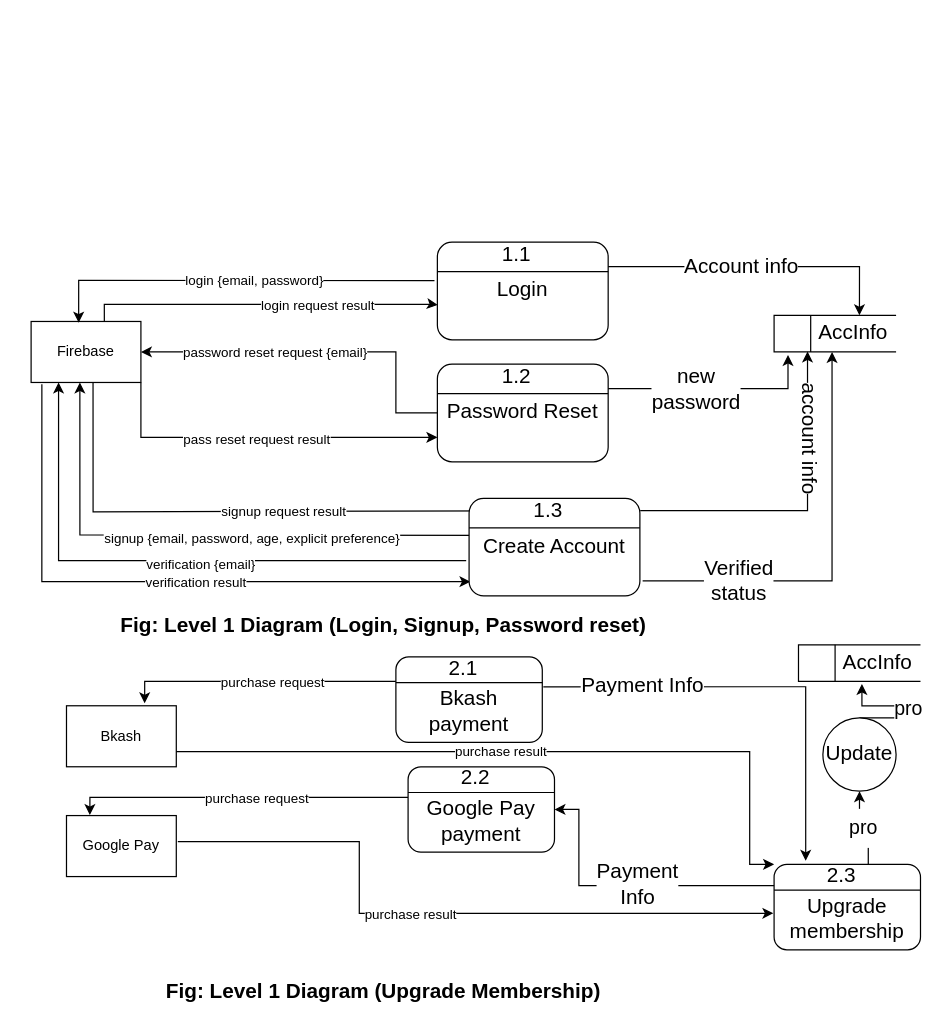
The draw.io diagram page "Page-2" (2 of 2) of System Analysis/PocketKaraoke Data Flow Diagram.drawio in FuSan21/PocketKaraoke, before the edit. Source tidied: cells renumbered, new cells numbered last; positions are measured from the earlier drawing's top-left corner, leaving out a move shared by most shapes. Both pictures are drawn from the tidied source at 122%, with x=0, y=0 at pixel (30, 242).
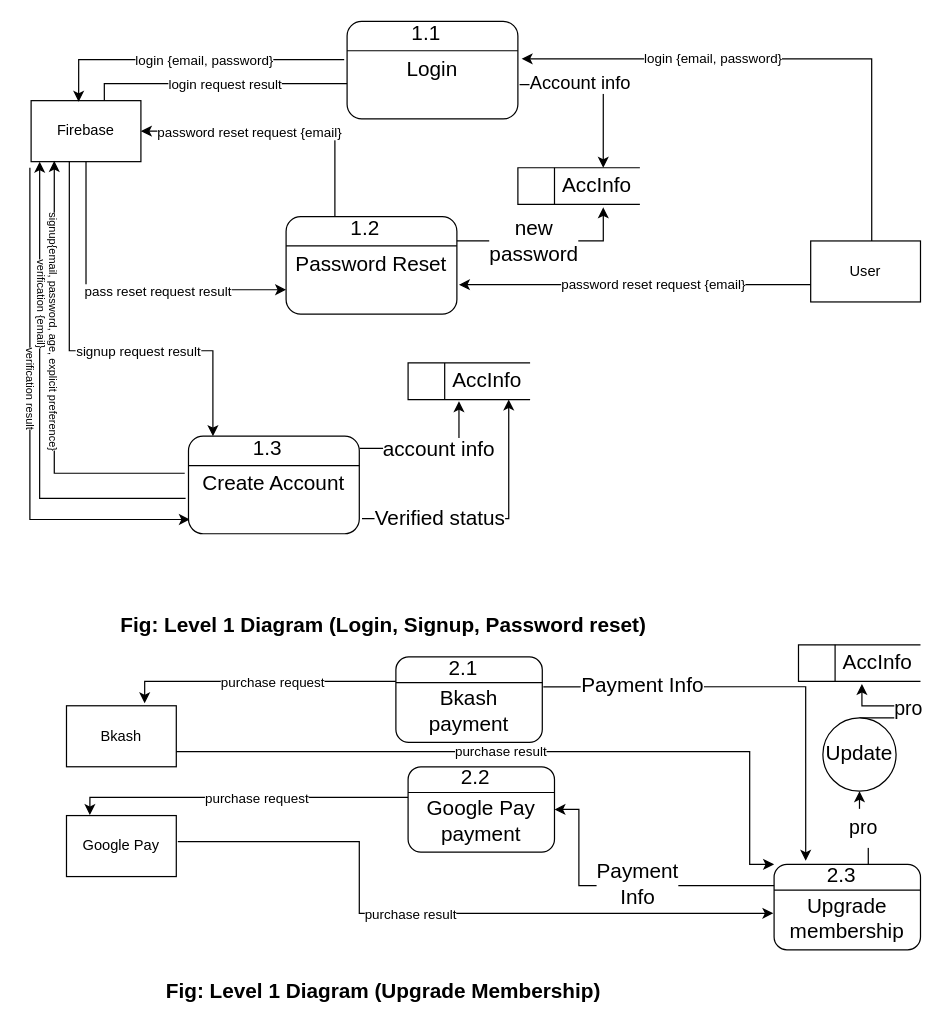
After the change.

The change refers to these unchanged cells:
```xml
<mxCell id="22" value="Password Reset" style="rounded=1;whiteSpace=wrap;html=1;fontSize=17;" parent="21" vertex="1">
  <mxGeometry width="140" height="80" as="geometry" />
</mxCell>
<mxCell id="23" value="1.2" style="text;html=1;strokeColor=none;fillColor=none;align=center;verticalAlign=middle;whiteSpace=wrap;rounded=0;fontSize=17;" parent="21" vertex="1">
  <mxGeometry x="40" width="50" height="22.9" as="geometry" />
</mxCell>
<mxCell id="27" value="Login" style="rounded=1;whiteSpace=wrap;html=1;fontSize=17;" parent="26" vertex="1">
  <mxGeometry width="140" height="80" as="geometry" />
</mxCell>
<mxCell id="31" style="html=1;dashed=0;whitespace=wrap;shape=mxgraph.dfd.dataStoreID;align=left;spacingLeft=3;points=[[0,0],[0.5,0],[1,0],[0,0.5],[1,0.5],[0,1],[0.5,1],[1,1]];fontSize=17;" parent="30" vertex="1">
  <mxGeometry width="100" height="30" as="geometry" />
</mxCell>
<mxCell id="32" value="AccInfo" style="text;html=1;strokeColor=none;fillColor=none;align=center;verticalAlign=middle;whiteSpace=wrap;rounded=0;fontSize=17;" parent="30" vertex="1">
  <mxGeometry x="30" width="70" height="30" as="geometry" />
</mxCell>
<mxCell id="35" value="Create Account" style="rounded=1;whiteSpace=wrap;html=1;fontSize=17;" parent="34" vertex="1">
  <mxGeometry width="140" height="80" as="geometry" />
</mxCell>
```

Change to the diagram source:
```diff
@@
-    <mxCell id="2" style="edgeStyle=orthogonalEdgeStyle;rounded=0;jettySize=auto;html=1;exitX=0;exitY=0.5;exitDx=0;exitDy=0;entryX=1;entryY=0.5;entryDx=0;entryDy=0;" parent="1" edge="1" source="22" target="4">
+    <mxCell id="2" style="edgeStyle=orthogonalEdgeStyle;rounded=0;jettySize=auto;html=1;exitX=0;exitY=0;exitDx=0;exitDy=0;entryX=1;entryY=0.5;entryDx=0;entryDy=0;" parent="1" edge="1" source="23" target="4">
       <mxGeometry relative="1" as="geometry">
         <Array as="points">
-          <mxPoint x="299" y="140" />
-          <mxPoint x="299" y="90" />
+          <mxPoint x="249" y="-91" />
         </Array>
       </mxGeometry>
     </mxCell>
@@
     <mxCell id="4" value="Firebase" style="rounded=0;whiteSpace=wrap;html=1;" parent="1" vertex="1">
-      <mxGeometry y="65" width="90" height="50" as="geometry" />
+      <mxGeometry y="-116" width="90" height="50" as="geometry" />
     </mxCell>
-    <mxCell id="5" style="edgeStyle=orthogonalEdgeStyle;rounded=0;jettySize=auto;html=1;entryX=0;entryY=0.75;entryDx=0;entryDy=0;exitX=1;exitY=1;exitDx=0;exitDy=0;" parent="1" edge="1" source="4" target="22">
+    <mxCell id="5" style="edgeStyle=orthogonalEdgeStyle;rounded=0;jettySize=auto;html=1;entryX=0;entryY=0.75;entryDx=0;entryDy=0;exitX=0.5;exitY=1;exitDx=0;exitDy=0;" parent="1" edge="1" source="4" target="22">
       <mxGeometry relative="1" as="geometry" />
     </mxCell>
     <mxCell id="6" value="pass reset request result" style="edgeLabel;html=1;align=center;verticalAlign=middle;" parent="5" vertex="1">
       <mxGeometry x="-0.19" y="-1" relative="1" as="geometry">
-        <mxPoint x="22" as="offset" />
+        <mxPoint x="54" as="offset" />
       </mxGeometry>
     </mxCell>
@@
     <mxCell id="9" style="edgeStyle=orthogonalEdgeStyle;rounded=0;jettySize=auto;html=1;exitX=0.667;exitY=0;exitDx=0;exitDy=0;entryX=0.003;entryY=0.643;entryDx=0;entryDy=0;exitPerimeter=0;entryPerimeter=0;" parent="1" edge="1" source="4" target="27">
       <mxGeometry relative="1" as="geometry">
         <Array as="points">
-          <mxPoint x="60" y="51" />
-          <mxPoint x="330" y="51" />
+          <mxPoint x="60" y="-130" />
+          <mxPoint x="330" y="-130" />
         </Array>
       </mxGeometry>
     </mxCell>
     <mxCell id="10" value="login request result" style="edgeLabel;html=1;align=center;verticalAlign=middle;" parent="9" vertex="1">
       <mxGeometry x="-0.02" relative="1" as="geometry">
-        <mxPoint x="48" as="offset" />
+        <mxPoint x="-61" as="offset" />
       </mxGeometry>
     </mxCell>
-    <mxCell id="11" style="edgeStyle=orthogonalEdgeStyle;rounded=0;jettySize=auto;html=1;entryX=0.444;entryY=1;entryDx=0;entryDy=0;entryPerimeter=0;exitX=-0.022;exitY=0.38;exitDx=0;exitDy=0;exitPerimeter=0;" parent="1" edge="1" source="35" target="4">
+    <mxCell id="11" style="edgeStyle=orthogonalEdgeStyle;rounded=0;jettySize=auto;html=1;entryX=0.211;entryY=0.987;entryDx=0;entryDy=0;entryPerimeter=0;exitX=-0.022;exitY=0.38;exitDx=0;exitDy=0;exitPerimeter=0;" parent="1" edge="1" source="35" target="4">
       <mxGeometry relative="1" as="geometry">
         <Array as="points">
-          <mxPoint x="379" y="240" />
-          <mxPoint x="40" y="240" />
+          <mxPoint x="19" y="189" />
         </Array>
       </mxGeometry>
     </mxCell>
-    <mxCell id="12" value="signup {email, password, age, explicit preference}" style="edgeLabel;html=1;align=center;verticalAlign=middle;" parent="11" vertex="1">
-      <mxGeometry x="-0.09" y="2" relative="1" as="geometry" />
+    <mxCell id="12" value="&lt;font style=&quot;font-size: 9px&quot;&gt;signup{email, password, age, explicit preference}&lt;/font&gt;" style="edgeLabel;html=1;align=center;verticalAlign=middle;rotation=90;" parent="11" vertex="1">
+      <mxGeometry x="-0.09" y="2" relative="1" as="geometry">
+        <mxPoint x="3" y="-58" as="offset" />
+      </mxGeometry>
     </mxCell>
-    <mxCell id="13" style="edgeStyle=orthogonalEdgeStyle;rounded=0;jettySize=auto;html=1;exitX=0.564;exitY=0.992;exitDx=0;exitDy=0;exitPerimeter=0;" parent="1" edge="1" source="4">
+    <mxCell id="13" style="edgeStyle=orthogonalEdgeStyle;rounded=0;jettySize=auto;html=1;exitX=0.348;exitY=0.994;exitDx=0;exitDy=0;exitPerimeter=0;entryX=0.143;entryY=0;entryDx=0;entryDy=0;entryPerimeter=0;" parent="1" edge="1" source="4" target="35">
       <mxGeometry relative="1" as="geometry">
-        <mxPoint x="479" y="220" as="targetPoint" />
         <Array as="points">
-          <mxPoint x="51" y="221" />
+          <mxPoint x="31" y="89" />
+          <mxPoint x="149" y="89" />
         </Array>
       </mxGeometry>
     </mxCell>
     <mxCell id="14" value="signup request result" style="edgeLabel;html=1;align=center;verticalAlign=middle;" parent="13" vertex="1">
-      <mxGeometry x="-0.02" relative="1" as="geometry" />
+      <mxGeometry x="-0.02" relative="1" as="geometry">
+        <mxPoint x="44" as="offset" />
+      </mxGeometry>
     </mxCell>
-    <mxCell id="15" style="edgeStyle=orthogonalEdgeStyle;rounded=0;jettySize=auto;html=1;exitX=-0.017;exitY=0.638;exitDx=0;exitDy=0;entryX=0.25;entryY=1;entryDx=0;entryDy=0;exitPerimeter=0;" parent="1" edge="1" source="35" target="4">
+    <mxCell id="15" style="edgeStyle=orthogonalEdgeStyle;rounded=0;jettySize=auto;html=1;exitX=-0.017;exitY=0.638;exitDx=0;exitDy=0;entryX=0.078;entryY=1;entryDx=0;entryDy=0;exitPerimeter=0;entryPerimeter=0;" parent="1" edge="1" source="35" target="4">
       <mxGeometry relative="1" as="geometry" />
     </mxCell>
-    <mxCell id="16" value="verification {email}" style="edgeLabel;html=1;align=center;verticalAlign=middle;" parent="15" vertex="1">
-      <mxGeometry x="-0.09" y="2" relative="1" as="geometry" />
+    <mxCell id="16" value="verification {email}" style="edgeLabel;html=1;align=center;verticalAlign=middle;fontSize=9;rotation=90;" parent="15" vertex="1">
+      <mxGeometry x="-0.09" y="2" relative="1" as="geometry">
+        <mxPoint x="4" y="-100" as="offset" />
+      </mxGeometry>
     </mxCell>
-    <mxCell id="17" style="edgeStyle=orthogonalEdgeStyle;rounded=0;jettySize=auto;html=1;exitX=0.098;exitY=1.031;exitDx=0;exitDy=0;exitPerimeter=0;entryX=0.008;entryY=0.854;entryDx=0;entryDy=0;entryPerimeter=0;" parent="1" edge="1" source="4" target="35">
+    <mxCell id="17" style="edgeStyle=orthogonalEdgeStyle;rounded=0;jettySize=auto;html=1;entryX=0.008;entryY=0.854;entryDx=0;entryDy=0;entryPerimeter=0;" parent="1" edge="1" target="35">
       <mxGeometry relative="1" as="geometry">
+        <mxPoint x="-1" y="-61" as="sourcePoint" />
         <Array as="points">
-          <mxPoint x="9" y="278" />
+          <mxPoint x="-1" y="227" />
         </Array>
       </mxGeometry>
     </mxCell>
-    <mxCell id="18" value="verification result" style="edgeLabel;html=1;align=center;verticalAlign=middle;" parent="17" vertex="1">
+    <mxCell id="18" value="verification result" style="edgeLabel;html=1;align=center;verticalAlign=middle;fontSize=9;rotation=90;" parent="17" vertex="1">
       <mxGeometry x="-0.02" relative="1" as="geometry">
-        <mxPoint x="36" as="offset" />
+        <mxPoint x="1" y="-26" as="offset" />
       </mxGeometry>
     </mxCell>
@@
     <mxCell id="20" style="group;" parent="1" vertex="1">
-      <mxGeometry x="333" y="100" width="140" height="80" as="geometry" />
+      <mxGeometry x="209" y="-21" width="140" height="80" as="geometry" />
     </mxCell>
@@
     <mxCell id="25" style="group;" parent="1" vertex="1">
-      <mxGeometry x="333" width="140" height="80" as="geometry" />
+      <mxGeometry x="259" y="-181" width="140" height="80" as="geometry" />
     </mxCell>
@@
     <mxCell id="30" style="group;" parent="1" vertex="1">
-      <mxGeometry x="609" y="60" width="100" height="30" as="geometry" />
+      <mxGeometry x="399" y="-61" width="100" height="30" as="geometry" />
     </mxCell>
@@
     <mxCell id="33" style="group;" parent="1" vertex="1">
-      <mxGeometry x="359" y="210" width="140" height="80" as="geometry" />
+      <mxGeometry x="129" y="159" width="140" height="80" as="geometry" />
     </mxCell>
@@
-    <mxCell id="38" style="edgeStyle=orthogonalEdgeStyle;rounded=0;jettySize=auto;html=1;exitX=1;exitY=0.25;exitDx=0;exitDy=0;entryX=0.571;entryY=0;entryDx=0;entryDy=0;fontSize=17;entryPerimeter=0;" parent="1" edge="1" source="27" target="32">
+    <mxCell id="38" style="edgeStyle=orthogonalEdgeStyle;rounded=0;jettySize=auto;html=1;exitX=1.01;exitY=0.648;exitDx=0;exitDy=0;entryX=0.571;entryY=0;entryDx=0;entryDy=0;fontSize=17;entryPerimeter=0;exitPerimeter=0;" parent="1" edge="1" source="27" target="32">
       <mxGeometry relative="1" as="geometry" />
     </mxCell>
-    <mxCell id="39" value="Account info" style="edgeLabel;html=1;align=center;verticalAlign=middle;fontSize=17;" parent="38" vertex="1">
+    <mxCell id="39" value="Account info" style="edgeLabel;html=1;align=center;verticalAlign=middle;fontSize=15;rotation=0;" parent="38" vertex="1">
       <mxGeometry x="-0.32" y="1" relative="1" as="geometry">
-        <mxPoint x="24" y="1" as="offset" />
+        <mxPoint x="2" y="-1" as="offset" />
       </mxGeometry>
     </mxCell>
-    <mxCell id="40" style="edgeStyle=orthogonalEdgeStyle;rounded=0;jettySize=auto;html=1;exitX=1;exitY=0.25;exitDx=0;exitDy=0;entryX=0.114;entryY=1.081;entryDx=0;entryDy=0;entryPerimeter=0;fontSize=17;" parent="1" edge="1" source="22" target="31">
+    <mxCell id="40" style="edgeStyle=orthogonalEdgeStyle;rounded=0;jettySize=auto;html=1;exitX=1;exitY=0.25;exitDx=0;exitDy=0;entryX=0.7;entryY=1.081;entryDx=0;entryDy=0;entryPerimeter=0;fontSize=17;" parent="1" edge="1" source="22" target="31">
       <mxGeometry relative="1" as="geometry" />
     </mxCell>
@@
-    <mxCell id="42" style="edgeStyle=orthogonalEdgeStyle;rounded=0;jettySize=auto;html=1;fontSize=17;exitX=1.002;exitY=0.126;exitDx=0;exitDy=0;exitPerimeter=0;entryX=0.274;entryY=0.986;entryDx=0;entryDy=0;entryPerimeter=0;" parent="1" edge="1" source="35" target="31">
-      <mxGeometry relative="1" as="geometry">
-        <Array as="points">
-          <mxPoint x="636" y="220" />
-          <mxPoint x="636" y="90" />
-        </Array>
-      </mxGeometry>
+    <mxCell id="42" style="edgeStyle=orthogonalEdgeStyle;rounded=0;jettySize=auto;html=1;fontSize=17;exitX=1.002;exitY=0.126;exitDx=0;exitDy=0;exitPerimeter=0;entryX=0.417;entryY=1.043;entryDx=0;entryDy=0;entryPerimeter=0;" parent="1" edge="1" source="35" target="83">
+      <mxGeometry relative="1" as="geometry" />
     </mxCell>
-    <mxCell id="43" value="account info" style="edgeLabel;html=1;align=center;verticalAlign=middle;fontSize=17;rotation=90;" parent="42" vertex="1">
+    <mxCell id="43" value="account info" style="edgeLabel;html=1;align=center;verticalAlign=middle;fontSize=17;rotation=0;" parent="42" vertex="1">
       <mxGeometry x="-0.04" y="1" relative="1" as="geometry">
-        <mxPoint x="11" y="-59" as="offset" />
+        <mxPoint x="6" y="2" as="offset" />
       </mxGeometry>
     </mxCell>
-    <mxCell id="44" style="edgeStyle=orthogonalEdgeStyle;rounded=0;jettySize=auto;html=1;exitX=1.016;exitY=0.845;exitDx=0;exitDy=0;fontSize=17;entryX=0.25;entryY=1;entryDx=0;entryDy=0;exitPerimeter=0;" parent="1" edge="1" source="35" target="32">
-      <mxGeometry relative="1" as="geometry">
-        <Array as="points">
-          <mxPoint x="657" y="278" />
-          <mxPoint x="657" y="90" />
-        </Array>
-      </mxGeometry>
+    <mxCell id="44" style="edgeStyle=orthogonalEdgeStyle;rounded=0;jettySize=auto;html=1;exitX=1.016;exitY=0.845;exitDx=0;exitDy=0;fontSize=17;entryX=0.75;entryY=1;entryDx=0;entryDy=0;exitPerimeter=0;" parent="1" edge="1" source="35" target="84">
+      <mxGeometry relative="1" as="geometry" />
     </mxCell>
-    <mxCell id="45" value="&lt;div&gt;Verified&lt;/div&gt;&lt;div&gt;status&lt;/div&gt;" style="edgeLabel;html=1;align=center;verticalAlign=middle;fontSize=17;" parent="44" vertex="1">
+    <mxCell id="45" value="&lt;div&gt;Verified status&lt;/div&gt;" style="edgeLabel;html=1;align=center;verticalAlign=middle;fontSize=17;" parent="44" vertex="1">
       <mxGeometry x="-0.76" relative="1" as="geometry">
         <mxPoint x="37" as="offset" />
       </mxGeometry>
     </mxCell>
@@
+    <mxCell id="82" style="group;" parent="1" vertex="1">
+      <mxGeometry x="309" y="99" width="100" height="30" as="geometry" />
+    </mxCell>
+    <mxCell id="83" style="html=1;dashed=0;whitespace=wrap;shape=mxgraph.dfd.dataStoreID;align=left;spacingLeft=3;points=[[0,0],[0.5,0],[1,0],[0,0.5],[1,0.5],[0,1],[0.5,1],[1,1]];fontSize=17;" parent="82" vertex="1">
+      <mxGeometry width="100" height="30" as="geometry" />
+    </mxCell>
+    <mxCell id="84" value="AccInfo" style="text;html=1;strokeColor=none;fillColor=none;align=center;verticalAlign=middle;whiteSpace=wrap;rounded=0;fontSize=17;" parent="82" vertex="1">
+      <mxGeometry x="30" width="70" height="30" as="geometry" />
+    </mxCell>
+    <mxCell id="85" value="User" style="rounded=0;whiteSpace=wrap;html=1;" parent="1" vertex="1">
+      <mxGeometry x="639" y="-1" width="90" height="50" as="geometry" />
+    </mxCell>
+    <mxCell id="86" style="edgeStyle=orthogonalEdgeStyle;rounded=0;jettySize=auto;html=1;exitX=0.556;exitY=0;exitDx=0;exitDy=0;fontSize=17;exitPerimeter=0;entryX=1.022;entryY=0.384;entryDx=0;entryDy=0;entryPerimeter=0;" parent="1" edge="1" source="85" target="27">
+      <mxGeometry relative="1" as="geometry">
+        <Array as="points">
+          <mxPoint x="689" y="-150" />
+        </Array>
+      </mxGeometry>
+    </mxCell>
+    <mxCell id="87" value="&lt;span style=&quot;font-size: 11px&quot;&gt;login {email, password}&lt;/span&gt;" style="edgeLabel;html=1;align=center;verticalAlign=middle;fontSize=15;rotation=0;" parent="86" vertex="1">
+      <mxGeometry x="-0.32" y="1" relative="1" as="geometry">
+        <mxPoint x="-130" y="-4" as="offset" />
+      </mxGeometry>
+    </mxCell>
+    <mxCell id="88" style="edgeStyle=orthogonalEdgeStyle;rounded=0;jettySize=auto;html=1;fontSize=17;entryX=1.012;entryY=0.698;entryDx=0;entryDy=0;entryPerimeter=0;" parent="1" edge="1" target="22">
+      <mxGeometry relative="1" as="geometry">
+        <mxPoint x="639" y="34" as="sourcePoint" />
+        <Array as="points">
+          <mxPoint x="351" y="34" />
+        </Array>
+      </mxGeometry>
+    </mxCell>
+    <mxCell id="89" value="&lt;span style=&quot;font-size: 11px&quot;&gt;password reset request {email}&lt;/span&gt;" style="edgeLabel;html=1;align=center;verticalAlign=middle;fontSize=15;rotation=0;" parent="88" vertex="1">
+      <mxGeometry x="-0.32" y="1" relative="1" as="geometry">
+        <mxPoint x="-32" y="-3" as="offset" />
+      </mxGeometry>
+    </mxCell>
```
